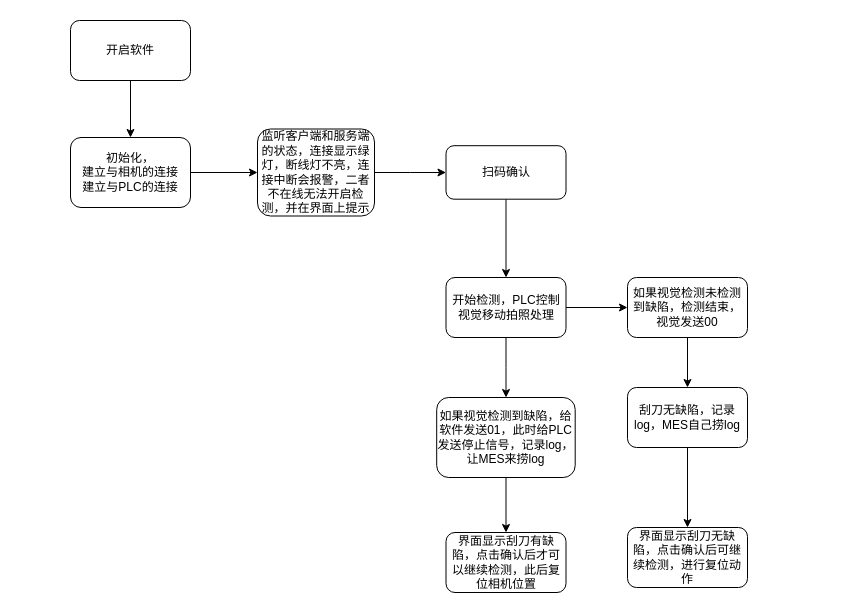
Before: scraper.drawio in dorian-gao/disgram, a draw.io diagram. Source tidied: cells renumbered, new cells numbered last; positions are measured from the earlier drawing's top-left corner, leaving out a move shared by most shapes. Both pictures are drawn from the tidied source at 100%, with x=0, y=0 at pixel (70, 20).
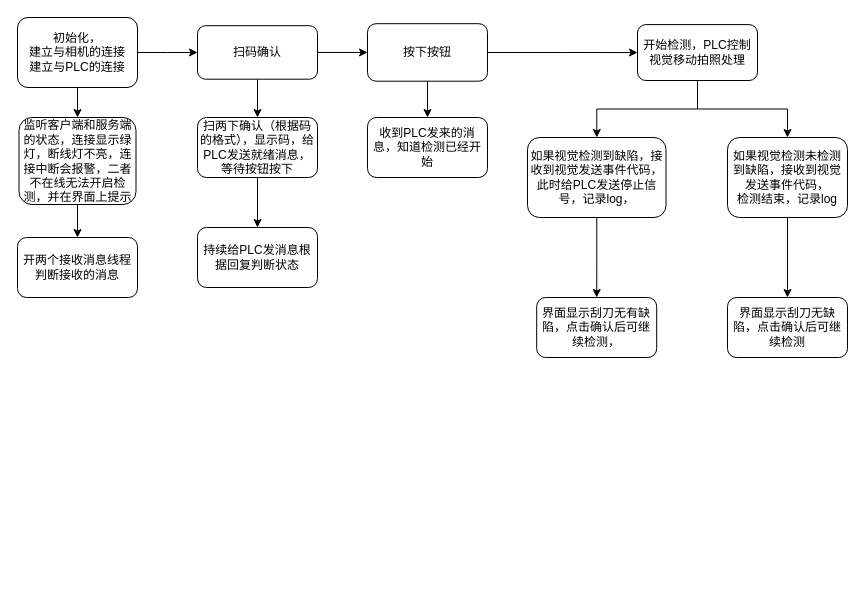
The same diagram, later.

Change to the diagram source:
```diff
@@
-    <mxCell id="2" style="edgeStyle=orthogonalEdgeStyle;rounded=0;jettySize=auto;html=1;" parent="1" edge="1" source="3" target="5">
-      <mxGeometry relative="1" as="geometry" />
-    </mxCell>
-    <mxCell id="3" value="开启软件" style="rounded=1;whiteSpace=wrap;html=1;" parent="1" vertex="1">
-      <mxGeometry width="120" height="60" as="geometry" />
-    </mxCell>
@@
+    <mxCell id="21" style="edgeStyle=orthogonalEdgeStyle;rounded=0;jettySize=auto;html=1;exitX=1;exitY=0.5;exitDx=0;exitDy=0;" parent="1" edge="1" source="5" target="20">
+      <mxGeometry relative="1" as="geometry" />
+    </mxCell>
     <mxCell id="5" value="&lt;div&gt;&lt;span&gt;初始化，&lt;/span&gt;&lt;/div&gt;建立与相机的连接&lt;br&gt;建立与PLC的连接" style="whiteSpace=wrap;html=1;rounded=1;align=center;" parent="1" vertex="1">
-      <mxGeometry y="117" width="120" height="70" as="geometry" />
+      <mxGeometry x="-53" y="-3" width="120" height="70" as="geometry" />
     </mxCell>
-    <mxCell id="6" style="edgeStyle=orthogonalEdgeStyle;rounded=0;jettySize=auto;html=1;exitX=0.5;exitY=1;exitDx=0;exitDy=0;" parent="1" edge="1" source="20" target="11">
-      <mxGeometry relative="1" as="geometry" />
-    </mxCell>
-    <mxCell id="7" style="edgeStyle=orthogonalEdgeStyle;rounded=0;jettySize=auto;html=1;" parent="1" edge="1" source="8" target="20">
-      <mxGeometry relative="1" as="geometry" />
-    </mxCell>
+    <mxCell id="22" style="edgeStyle=orthogonalEdgeStyle;rounded=0;jettySize=auto;html=1;" parent="1" edge="1" source="8" target="33">
+      <mxGeometry relative="1" as="geometry" />
+    </mxCell>
     <mxCell id="8" value="监听客户端和服务端的状态，连接显示绿灯，断线灯不亮，连接中断会报警，二者不在线无法开启检测，并在界面上提示" style="whiteSpace=wrap;html=1;rounded=1;" parent="1" vertex="1">
-      <mxGeometry x="187" y="108.5" width="117" height="87" as="geometry" />
+      <mxGeometry x="-51.5" y="97" width="117" height="87" as="geometry" />
     </mxCell>
@@
     <mxCell id="11" value="开始检测，PLC控制视觉移动拍照处理" style="whiteSpace=wrap;html=1;rounded=1;" parent="1" vertex="1">
-      <mxGeometry x="375.5" y="257" width="120" height="60" as="geometry" />
+      <mxGeometry x="567" y="4.1" width="120" height="55.9" as="geometry" />
     </mxCell>
@@
-    <mxCell id="13" value="如果视觉检测到缺陷，给软件发送01，此时给PLC发送停止信号，记录log，让MES来捞log" style="whiteSpace=wrap;html=1;rounded=1;" parent="1" vertex="1">
-      <mxGeometry x="366.2" y="377" width="138.5" height="80" as="geometry" />
+    <mxCell id="13" value="如果视觉检测到缺陷，接收到视觉发送事件代码，此时给PLC发送停止信号，记录log，" style="whiteSpace=wrap;html=1;rounded=1;" parent="1" vertex="1">
+      <mxGeometry x="457" y="117" width="138.5" height="80" as="geometry" />
     </mxCell>
-    <mxCell id="14" style="edgeStyle=orthogonalEdgeStyle;rounded=0;jettySize=auto;html=1;" parent="1" edge="1" source="15" target="18">
-      <mxGeometry relative="1" as="geometry" />
-    </mxCell>
+    <mxCell id="23" style="edgeStyle=orthogonalEdgeStyle;rounded=0;jettySize=auto;html=1;entryX=0.5;entryY=0;entryDx=0;entryDy=0;" parent="1" edge="1" source="15" target="19">
+      <mxGeometry relative="1" as="geometry" />
+    </mxCell>
-    <mxCell id="15" value="如果视觉检测未检测到缺陷，检测结束，视觉发送00" style="whiteSpace=wrap;html=1;rounded=1;" parent="1" vertex="1">
-      <mxGeometry x="557" y="257" width="120" height="60" as="geometry" />
+    <mxCell id="15" value="如果视觉检测未检测到缺陷，接收到视觉发送事件代码，&lt;br&gt;检测结束，记录log" style="whiteSpace=wrap;html=1;rounded=1;" parent="1" vertex="1">
+      <mxGeometry x="657" y="117" width="120" height="80" as="geometry" />
     </mxCell>
-    <mxCell id="16" value="&lt;span&gt;界面显示刮刀有缺陷，点击确认后才可以继续检测，此后复位相机位置&lt;/span&gt;" style="whiteSpace=wrap;html=1;rounded=1;" parent="1" vertex="1">
-      <mxGeometry x="375.5" y="512" width="120" height="60" as="geometry" />
+    <mxCell id="16" value="界面显示刮刀无有缺陷，点击确认后可继续检测，" style="whiteSpace=wrap;html=1;rounded=1;" parent="1" vertex="1">
+      <mxGeometry x="466.2" y="277" width="120" height="60" as="geometry" />
     </mxCell>
-    <mxCell id="17" style="edgeStyle=orthogonalEdgeStyle;rounded=0;jettySize=auto;html=1;" parent="1" edge="1" source="18" target="19">
-      <mxGeometry relative="1" as="geometry" />
-    </mxCell>
-    <mxCell id="18" value="刮刀无缺陷，记录log，MES自己捞log" style="whiteSpace=wrap;html=1;rounded=1;" parent="1" vertex="1">
-      <mxGeometry x="557" y="367" width="120" height="60" as="geometry" />
-    </mxCell>
-    <mxCell id="19" value="界面显示刮刀无缺陷，点击确认后可继续检测，进行复位动作" style="whiteSpace=wrap;html=1;rounded=1;" parent="1" vertex="1">
-      <mxGeometry x="557" y="507" width="120" height="60" as="geometry" />
+    <mxCell id="19" value="界面显示刮刀无缺陷，点击确认后可继续检测" style="whiteSpace=wrap;html=1;rounded=1;" parent="1" vertex="1">
+      <mxGeometry x="657" y="277" width="120" height="60" as="geometry" />
     </mxCell>
+    <mxCell id="24" style="edgeStyle=orthogonalEdgeStyle;rounded=0;jettySize=auto;html=1;" parent="1" edge="1" source="20" target="27">
+      <mxGeometry relative="1" as="geometry" />
+    </mxCell>
+    <mxCell id="25" style="edgeStyle=orthogonalEdgeStyle;rounded=0;jettySize=auto;html=1;" parent="1" edge="1" source="20" target="31">
+      <mxGeometry relative="1" as="geometry" />
+    </mxCell>
     <mxCell id="20" value="扫码确认" style="whiteSpace=wrap;html=1;rounded=1;" parent="1" vertex="1">
-      <mxGeometry x="375.5" y="125.2" width="120" height="53.5" as="geometry" />
+      <mxGeometry x="127" y="5.2" width="120" height="53.5" as="geometry" />
     </mxCell>
+    <mxCell id="26" style="edgeStyle=orthogonalEdgeStyle;rounded=0;jettySize=auto;html=1;" parent="1" edge="1" source="27" target="28">
+      <mxGeometry relative="1" as="geometry" />
+    </mxCell>
+    <mxCell id="27" value="扫两下确认（根据码的格式），显示码，给PLC发送就绪消息，等待按钮按下" style="whiteSpace=wrap;html=1;rounded=1;" parent="1" vertex="1">
+      <mxGeometry x="127" y="97" width="120" height="60" as="geometry" />
+    </mxCell>
+    <mxCell id="28" value="持续给PLC发消息根据回复判断状态" style="whiteSpace=wrap;html=1;rounded=1;" parent="1" vertex="1">
+      <mxGeometry x="127" y="207" width="120" height="60" as="geometry" />
+    </mxCell>
+    <mxCell id="29" style="edgeStyle=orthogonalEdgeStyle;rounded=0;jettySize=auto;html=1;entryX=0;entryY=0.5;entryDx=0;entryDy=0;" parent="1" edge="1" source="31" target="11">
+      <mxGeometry relative="1" as="geometry" />
+    </mxCell>
+    <mxCell id="30" style="edgeStyle=orthogonalEdgeStyle;rounded=0;jettySize=auto;html=1;" parent="1" edge="1" source="31" target="32">
+      <mxGeometry relative="1" as="geometry" />
+    </mxCell>
+    <mxCell id="31" value="按下按钮" style="whiteSpace=wrap;html=1;rounded=1;" parent="1" vertex="1">
+      <mxGeometry x="297" y="3.2" width="120" height="57.5" as="geometry" />
+    </mxCell>
+    <mxCell id="32" value="收到PLC发来的消息，知道检测已经开始" style="whiteSpace=wrap;html=1;rounded=1;" parent="1" vertex="1">
+      <mxGeometry x="297" y="97" width="120" height="60" as="geometry" />
+    </mxCell>
+    <mxCell id="33" value="开两个接收消息线程判断接收的消息" style="whiteSpace=wrap;html=1;rounded=1;" parent="1" vertex="1">
+      <mxGeometry x="-53" y="217" width="120" height="60" as="geometry" />
+    </mxCell>
```
